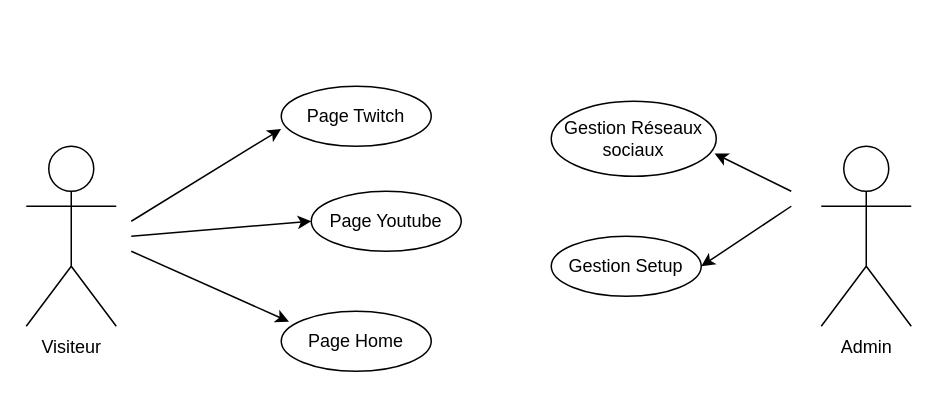
Above: Diagramme_cas_utilisation.drawio in Akirakaz/PapyWilly (draw.io), before the change. Source tidied: cells renumbered, new cells numbered last; positions are measured from the earlier drawing's top-left corner, leaving out a move shared by most shapes. Both pictures are drawn from the tidied source at 150%, with x=0, y=0 at pixel (26, 86).
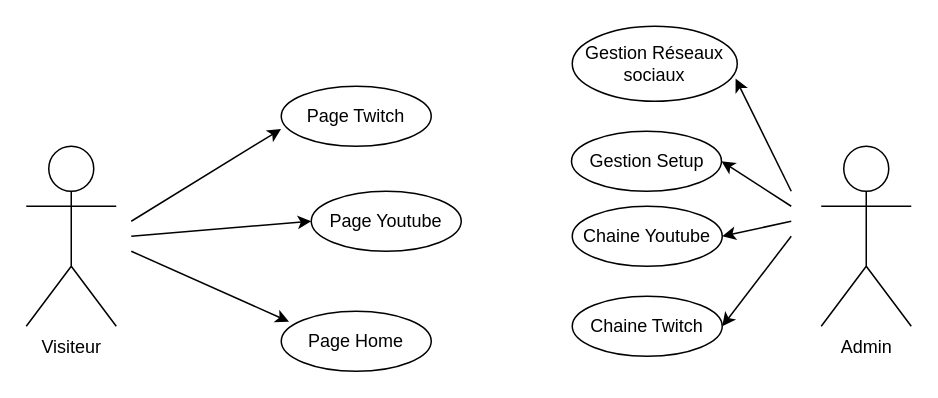
Above is the later version.

The edit, as a diff of the source:
```diff
@@
     <mxCell id="10" value="Gestion Réseaux sociaux" style="ellipse;whiteSpace=wrap;html=1;align=center;newEdgeStyle={&quot;edgeStyle&quot;:&quot;entityRelationEdgeStyle&quot;,&quot;startArrow&quot;:&quot;none&quot;,&quot;endArrow&quot;:&quot;none&quot;,&quot;segment&quot;:10,&quot;curved&quot;:1,&quot;sourcePerimeterSpacing&quot;:0,&quot;targetPerimeterSpacing&quot;:0};" parent="1" vertex="1">
-      <mxGeometry x="350" y="10" width="110" height="50" as="geometry" />
+      <mxGeometry x="364" y="-40" width="110" height="50" as="geometry" />
     </mxCell>
     <mxCell id="11" value="Gestion Setup" style="ellipse;whiteSpace=wrap;html=1;align=center;newEdgeStyle={&quot;edgeStyle&quot;:&quot;entityRelationEdgeStyle&quot;,&quot;startArrow&quot;:&quot;none&quot;,&quot;endArrow&quot;:&quot;none&quot;,&quot;segment&quot;:10,&quot;curved&quot;:1,&quot;sourcePerimeterSpacing&quot;:0,&quot;targetPerimeterSpacing&quot;:0};" parent="1" vertex="1">
-      <mxGeometry x="350" y="100" width="100" height="40" as="geometry" />
+      <mxGeometry x="363.5" y="30" width="100" height="40" as="geometry" />
     </mxCell>
@@
+    <mxCell id="14" value="Chaine Youtube" style="ellipse;whiteSpace=wrap;html=1;align=center;newEdgeStyle={&quot;edgeStyle&quot;:&quot;entityRelationEdgeStyle&quot;,&quot;startArrow&quot;:&quot;none&quot;,&quot;endArrow&quot;:&quot;none&quot;,&quot;segment&quot;:10,&quot;curved&quot;:1,&quot;sourcePerimeterSpacing&quot;:0,&quot;targetPerimeterSpacing&quot;:0};" parent="1" vertex="1">
+      <mxGeometry x="364" y="80" width="100" height="40" as="geometry" />
+    </mxCell>
+    <mxCell id="15" value="Chaine Twitch" style="ellipse;whiteSpace=wrap;html=1;align=center;newEdgeStyle={&quot;edgeStyle&quot;:&quot;entityRelationEdgeStyle&quot;,&quot;startArrow&quot;:&quot;none&quot;,&quot;endArrow&quot;:&quot;none&quot;,&quot;segment&quot;:10,&quot;curved&quot;:1,&quot;sourcePerimeterSpacing&quot;:0,&quot;targetPerimeterSpacing&quot;:0};" parent="1" vertex="1">
+      <mxGeometry x="364" y="140" width="100" height="40" as="geometry" />
+    </mxCell>
+    <mxCell id="16" style="endArrow=classic;html=1;rounded=0;entryX=1;entryY=0.5;entryDx=0;entryDy=0;" parent="1" edge="1" target="14">
+      <mxGeometry relative="1" as="geometry">
+        <mxPoint x="510" y="90" as="sourcePoint" />
+      </mxGeometry>
+    </mxCell>
+    <mxCell id="17" style="endArrow=classic;html=1;rounded=0;entryX=1;entryY=0.5;entryDx=0;entryDy=0;" parent="1" edge="1" target="15">
+      <mxGeometry relative="1" as="geometry">
+        <mxPoint x="510" y="100" as="sourcePoint" />
+      </mxGeometry>
+    </mxCell>
```
